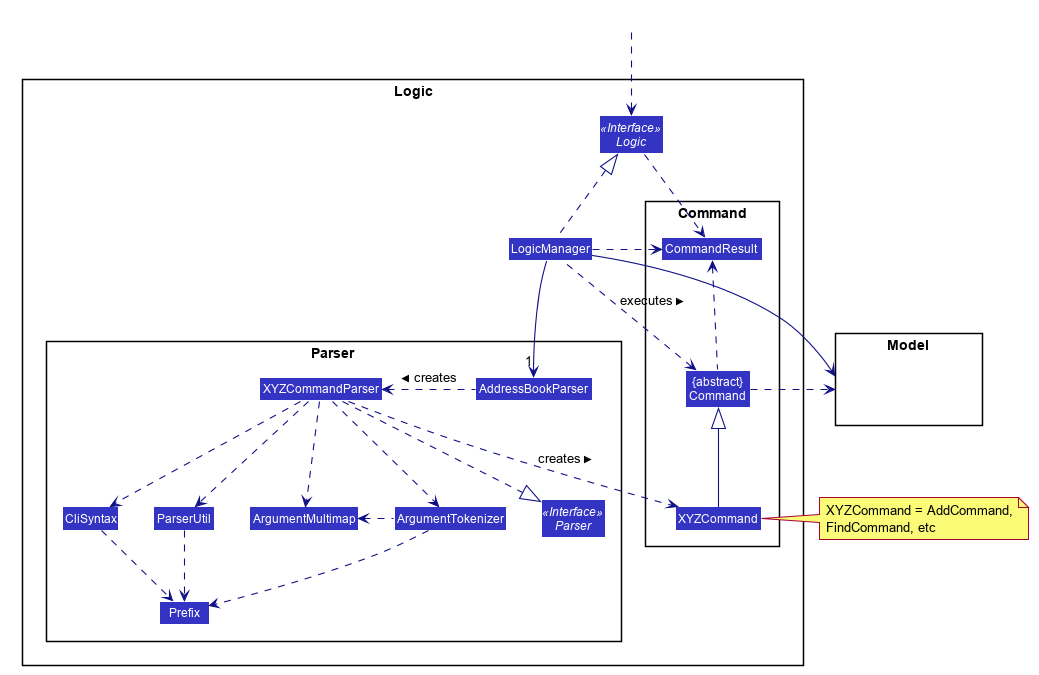
nus-cs2103-AY1920S2/addressbook-level3 keeps this PlantUML diagram as docs/images/LogicClassDiagram.png. Above is the earlier version.
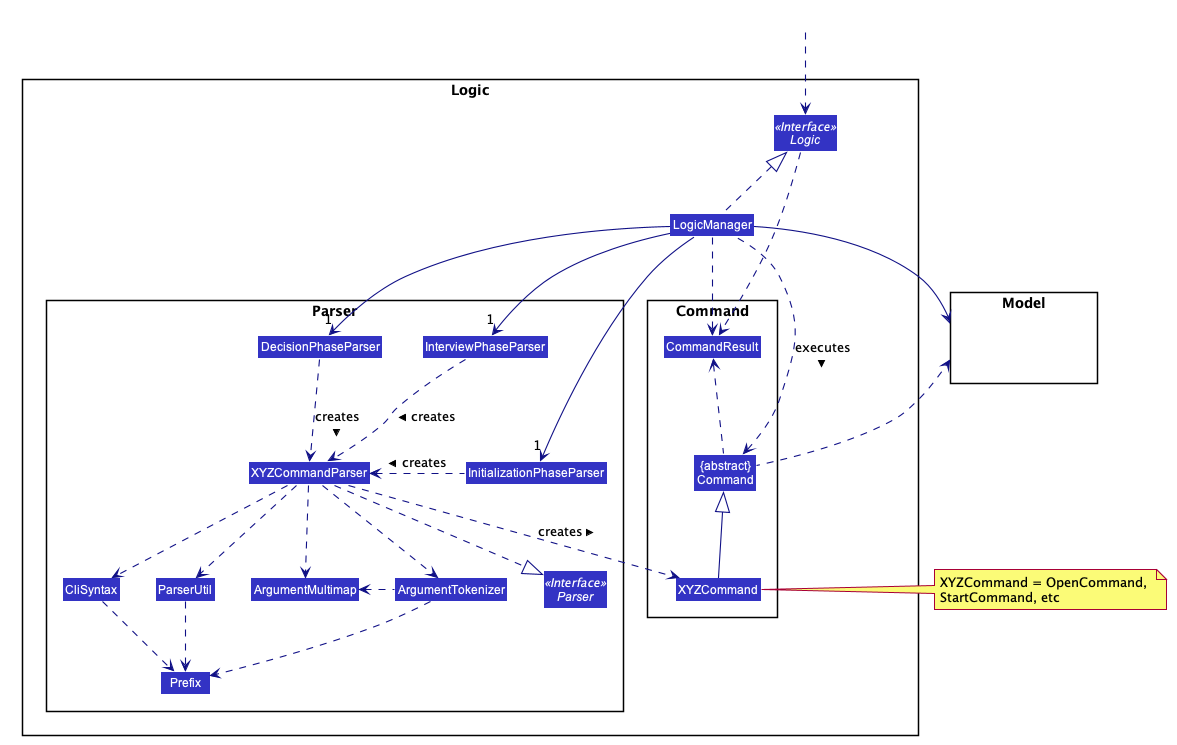
After the commit.

Commit message:
Update UML Diagram (#8)

Change to the diagram source:
```diff
@@ -55,7 +55,9 @@
 
 package Parser {
 Interface Parser <<Interface>>
-Class AddressBookParser
+Class InitializationPhaseParser
+Class InterviewPhaseParser
+Class DecisionPhaseParser
 Class XYZCommandParser
 Class CliSyntax
 Class ParserUtil
@@ -82,8 +84,12 @@
 HiddenOutside ..> Logic
 
 LogicManager .up.|> Logic
-LogicManager -->"1" AddressBookParser
-AddressBookParser .left.> XYZCommandParser: creates >
+LogicManager -->"1" InitializationPhaseParser
+LogicManager -->"1" InterviewPhaseParser
+LogicManager -->"1" DecisionPhaseParser
+InitializationPhaseParser .left.> XYZCommandParser: creates >
+InterviewPhaseParser .down.> XYZCommandParser: creates >
+DecisionPhaseParser .down.> XYZCommandParser: creates >
 
 XYZCommandParser ..> XYZCommand : creates >
 XYZCommandParser ..|> Parser
@@ -99,8 +105,8 @@
 LogicManager .left.> Command : executes >
 
 LogicManager --> Model
-Command .right.> Model
-note right of XYZCommand: XYZCommand = AddCommand, \nFindCommand, etc
+Command .left.> Model
+note left of XYZCommand: XYZCommand = OpenCommand, \nStartCommand, etc
 
 Logic ..> CommandResult
 LogicManager .down.> CommandResult
```
